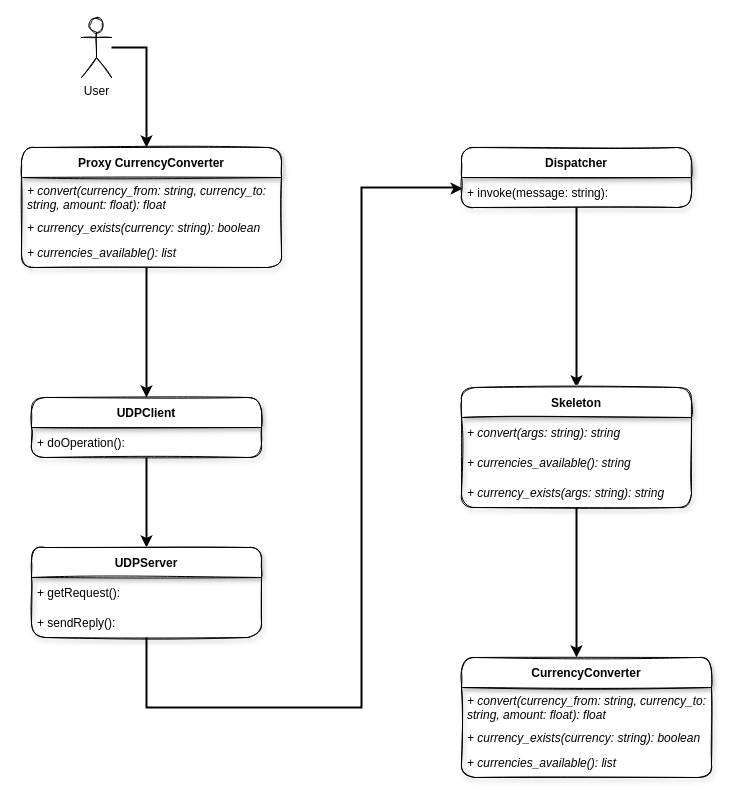
joaocarvoli-university/distribuited-systems keeps this draw.io diagram as docs/CurrencyConverter Diagram.drawio. Above is the earlier version. Source tidied: cells renumbered, new cells numbered last; positions are measured from the earlier drawing's top-left corner, leaving out a move shared by most shapes. Both pictures are drawn from the tidied source at 100%, with x=0, y=0 at pixel (21, 17).
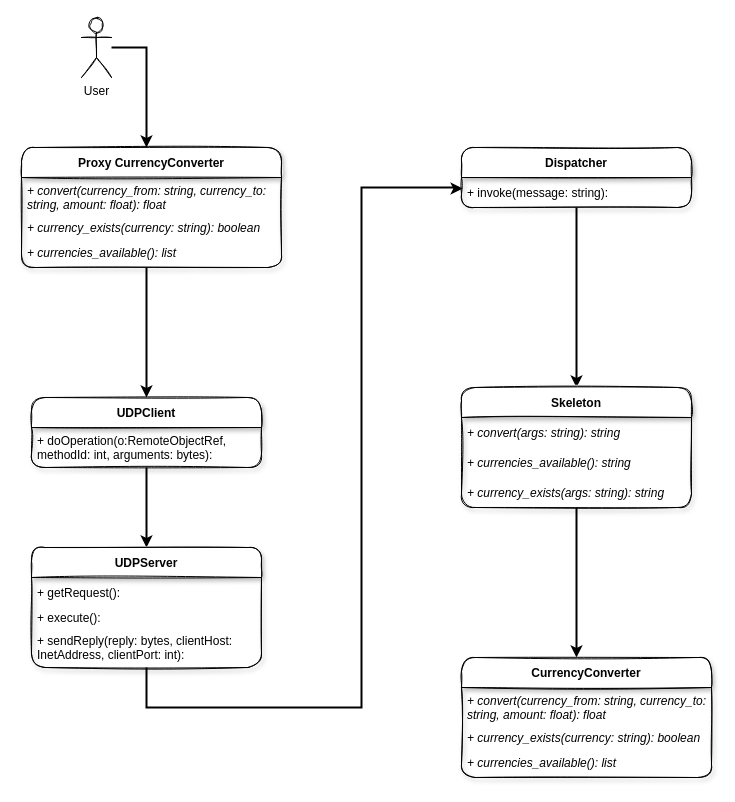
After the change.

The edit, as a diff of the source:
```diff
@@
-    <mxCell id="9" style="edgeStyle=orthogonalEdgeStyle;rounded=0;jettySize=auto;html=1;entryX=0.5;entryY=0;entryDx=0;entryDy=0;strokeWidth=2;" parent="1" edge="1" source="10" target="13">
+    <mxCell id="9" style="edgeStyle=orthogonalEdgeStyle;rounded=0;jettySize=auto;html=1;entryX=0.5;entryY=0;entryDx=0;entryDy=0;fontSize=11;strokeWidth=2;" parent="1" edge="1" source="10" target="13">
       <mxGeometry relative="1" as="geometry" />
     </mxCell>
     <mxCell id="10" value="UDPClient" style="swimlane;fontStyle=1;horizontal=1;startSize=30;shadow=1;rounded=1;sketch=1;" parent="1" vertex="1">
-      <mxGeometry x="10" y="380" width="230" height="60" as="geometry" />
+      <mxGeometry x="10" y="380" width="230" height="70" as="geometry" />
     </mxCell>
-    <mxCell id="11" value="+ doOperation():" style="text;align=left;verticalAlign=middle;spacingLeft=4;spacingRight=4;overflow=hidden;" parent="10" vertex="1">
-      <mxGeometry y="30" width="230" height="30" as="geometry" />
+    <mxCell id="11" value="+ doOperation(o:RemoteObjectRef, &#10;methodId: int, arguments: bytes):" style="text;align=left;verticalAlign=middle;spacingLeft=4;spacingRight=4;overflow=hidden;" parent="10" vertex="1">
+      <mxGeometry y="30" width="230" height="40" as="geometry" />
     </mxCell>
@@
     <mxCell id="13" value="UDPServer" style="swimlane;fontStyle=1;horizontal=1;startSize=30;rounded=1;shadow=1;sketch=1;" parent="1" vertex="1">
-      <mxGeometry x="10" y="530" width="230" height="90" as="geometry" />
+      <mxGeometry x="10" y="530" width="230" height="120" as="geometry" />
     </mxCell>
@@
+    <mxCell id="28" value="+ execute():" style="text;align=left;verticalAlign=middle;spacingLeft=4;spacingRight=4;overflow=hidden;" parent="13" vertex="1">
+      <mxGeometry y="60" width="230" height="20" as="geometry" />
+    </mxCell>
-    <mxCell id="15" value="+ sendReply():" style="text;align=left;verticalAlign=middle;spacingLeft=4;spacingRight=4;overflow=hidden;" parent="13" vertex="1">
-      <mxGeometry y="60" width="230" height="30" as="geometry" />
+    <mxCell id="15" value="+ sendReply(reply: bytes, clientHost:&#10;InetAddress, clientPort: int):" style="text;align=left;verticalAlign=middle;spacingLeft=4;spacingRight=4;overflow=hidden;" parent="13" vertex="1">
+      <mxGeometry y="80" width="230" height="40" as="geometry" />
     </mxCell>
```
